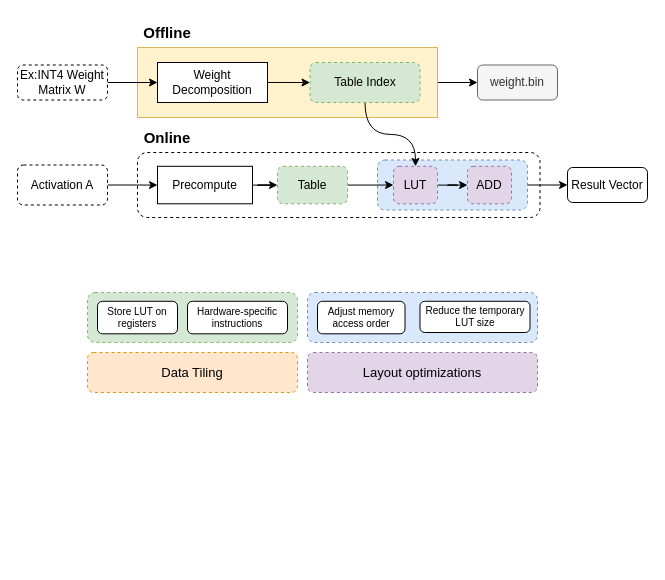
mailonghua/drawio keeps this draw.io diagram as llama.cpp/bitnet.drawio. Above is the earlier version. Source tidied: cells renumbered, new cells numbered last; positions are measured from the earlier drawing's top-left corner, leaving out a move shared by most shapes. Both pictures are drawn from the tidied source at 100%, with x=0, y=0 at pixel (17, 17).
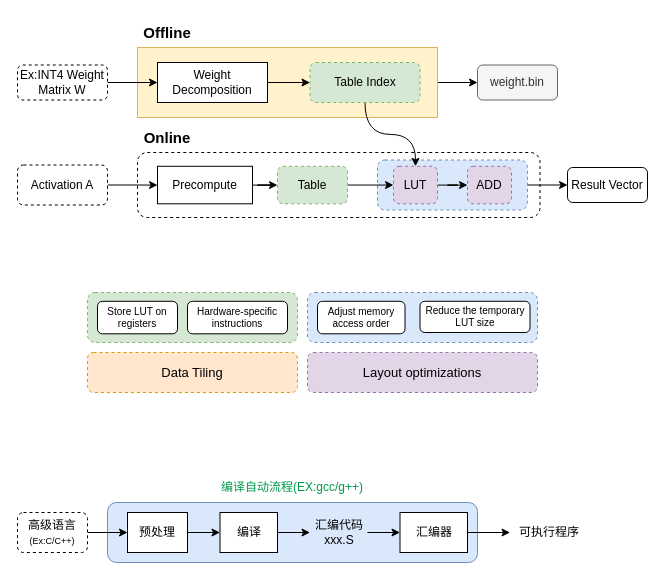
The same page after the edit.

The edit, as a diff of the source:
```diff
@@
+    <mxCell id="34" style="rounded=1;whiteSpace=wrap;html=1;fillColor=#dae8fc;strokeColor=#6c8ebf;" parent="1" vertex="1">
+      <mxGeometry x="90" y="485" width="370" height="60" as="geometry" />
+    </mxCell>
@@
+    <mxCell id="35" style="edgeStyle=orthogonalEdgeStyle;rounded=0;jettySize=auto;html=1;exitX=1;exitY=0.5;exitDx=0;exitDy=0;entryX=0;entryY=0.5;entryDx=0;entryDy=0;" parent="1" edge="1" source="36" target="40">
+      <mxGeometry relative="1" as="geometry" />
+    </mxCell>
+    <mxCell id="36" value="预处理" style="rounded=0;whiteSpace=wrap;html=1;" parent="1" vertex="1">
+      <mxGeometry x="110" y="495" width="60" height="40" as="geometry" />
+    </mxCell>
+    <mxCell id="37" style="edgeStyle=orthogonalEdgeStyle;rounded=0;jettySize=auto;html=1;exitX=1;exitY=0.5;exitDx=0;exitDy=0;entryX=0;entryY=0.5;entryDx=0;entryDy=0;" parent="1" edge="1" source="38" target="36">
+      <mxGeometry relative="1" as="geometry" />
+    </mxCell>
+    <mxCell id="38" value="高级语言&lt;div&gt;&lt;font style=&quot;font-size: 9px;&quot;&gt;(Ex:C/C++)&lt;/font&gt;&lt;/div&gt;" style="rounded=1;whiteSpace=wrap;html=1;dashed=1;" parent="1" vertex="1">
+      <mxGeometry y="495" width="70" height="40" as="geometry" />
+    </mxCell>
+    <mxCell id="39" style="edgeStyle=orthogonalEdgeStyle;rounded=0;jettySize=auto;html=1;exitX=1;exitY=0.5;exitDx=0;exitDy=0;entryX=0;entryY=0.5;entryDx=0;entryDy=0;" parent="1" edge="1" source="40" target="42">
+      <mxGeometry relative="1" as="geometry" />
+    </mxCell>
+    <mxCell id="40" value="编译" style="rounded=0;whiteSpace=wrap;html=1;" parent="1" vertex="1">
+      <mxGeometry x="202.5" y="495" width="57.5" height="40" as="geometry" />
+    </mxCell>
+    <mxCell id="41" style="edgeStyle=orthogonalEdgeStyle;rounded=0;jettySize=auto;html=1;entryX=0;entryY=0.5;entryDx=0;entryDy=0;" parent="1" edge="1" source="42" target="44">
+      <mxGeometry relative="1" as="geometry" />
+    </mxCell>
+    <mxCell id="42" value="&lt;div&gt;汇编代码&lt;/div&gt;xxx.S" style="text;strokeColor=none;align=center;fillColor=none;html=1;verticalAlign=middle;whiteSpace=wrap;rounded=0;" parent="1" vertex="1">
+      <mxGeometry x="292.5" y="500" width="57.5" height="30" as="geometry" />
+    </mxCell>
+    <mxCell id="43" style="edgeStyle=orthogonalEdgeStyle;rounded=0;jettySize=auto;html=1;exitX=1;exitY=0.5;exitDx=0;exitDy=0;entryX=0;entryY=0.5;entryDx=0;entryDy=0;" parent="1" edge="1" source="44" target="45">
+      <mxGeometry relative="1" as="geometry" />
+    </mxCell>
+    <mxCell id="44" value="汇编器" style="rounded=0;whiteSpace=wrap;html=1;" parent="1" vertex="1">
+      <mxGeometry x="382.5" y="495" width="67.5" height="40" as="geometry" />
+    </mxCell>
+    <mxCell id="45" value="可执行程序&lt;div&gt;&lt;/div&gt;" style="text;strokeColor=none;align=center;fillColor=none;html=1;verticalAlign=middle;whiteSpace=wrap;rounded=0;" parent="1" vertex="1">
+      <mxGeometry x="492.5" y="500" width="77.5" height="30" as="geometry" />
+    </mxCell>
+    <mxCell id="46" value="编译自动流程&lt;span style=&quot;background-color: transparent;&quot;&gt;(EX:gcc/g++)&lt;/span&gt;" style="text;strokeColor=none;align=center;fillColor=none;html=1;verticalAlign=middle;whiteSpace=wrap;rounded=0;fontColor=#00994D;" parent="1" vertex="1">
+      <mxGeometry x="141.9" y="455" width="266.2" height="30" as="geometry" />
+    </mxCell>
```
